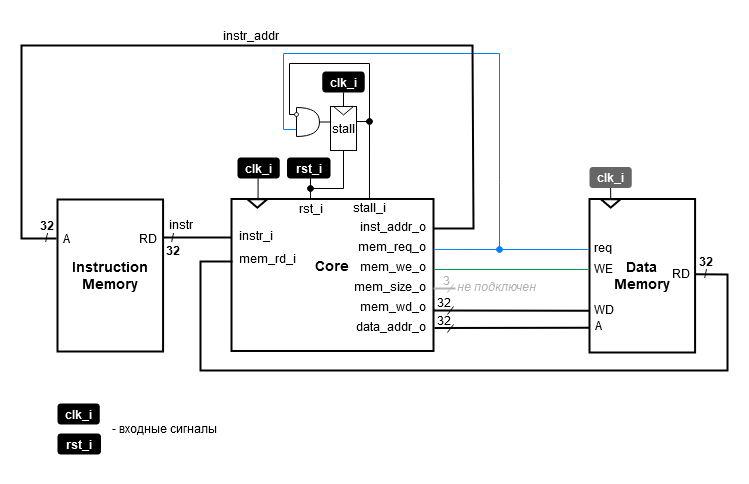
Above: Labs/Pic/lab_06_dp/fig_02.drawio.png in MPSU/exAPS (draw.io), before the change. Source tidied: cells renumbered, new cells last; positions are measured from the earlier drawing's top-left corner, leaving out a move shared by most shapes.
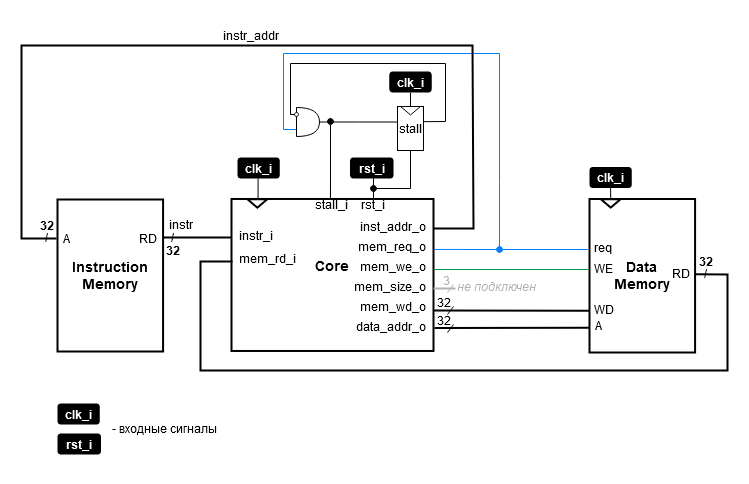
The same file after the commit.

Commit message:
Исправление генерации столла

What changed in the source:
```diff
@@ -6,7 +6,7 @@
       <mxGeometry x="210" y="178.5" width="202" height="152" as="geometry" />
     </mxCell>
     <mxCell id="3" value="&lt;font style=&quot;font-size: 12px;&quot;&gt;rst_i&lt;/font&gt;" style="text;html=1;strokeColor=none;fillColor=none;align=center;verticalAlign=middle;whiteSpace=wrap;rounded=0;fontSize=12;comic=0;" parent="1" vertex="1">
-      <mxGeometry x="281" y="173" width="18" height="30" as="geometry" />
+      <mxGeometry x="343" y="178" width="18" height="12" as="geometry" />
     </mxCell>
     <mxCell id="4" value="mem_rd_i" style="text;html=1;strokeColor=none;fillColor=none;align=left;verticalAlign=middle;whiteSpace=wrap;rounded=0;fontSize=12;comic=0;" parent="1" vertex="1">
       <mxGeometry x="216" y="223" width="61" height="30" as="geometry" />
@@ -27,8 +27,8 @@
     </mxCell>
     <mxCell id="8" style="endArrow=none;html=1;rounded=0;strokeWidth=1;exitX=1;exitY=0.25;exitDx=0;exitDy=0;fontSize=12;comic=0;" parent="1" edge="1">
       <mxGeometry relative="1" as="geometry">
-        <mxPoint x="289" y="178.5" as="sourcePoint" />
-        <mxPoint x="289" y="153.5" as="targetPoint" />
+        <mxPoint x="352" y="178.5" as="sourcePoint" />
+        <mxPoint x="352" y="153.5" as="targetPoint" />
       </mxGeometry>
     </mxCell>
     <mxCell id="9" style="edgeStyle=orthogonalEdgeStyle;rounded=0;jettySize=auto;html=1;exitX=1;exitY=0.25;exitDx=0;exitDy=0;strokeWidth=2;endArrow=none;endFill=0;fontSize=12;comic=0;" parent="1" edge="1" source="10">
@@ -58,7 +58,7 @@
       <mxGeometry x="131" y="199" width="40" height="50" as="geometry" />
     </mxCell>
     <mxCell id="17" value="&lt;p style=&quot;line-height: 130%; font-size: 12px;&quot;&gt;&lt;font style=&quot;font-size: 12px;&quot;&gt;&lt;b style=&quot;font-size: 12px;&quot;&gt;rst_i&lt;/b&gt;&lt;/font&gt;&lt;/p&gt;" style="text;html=1;strokeColor=none;fillColor=#000000;align=center;verticalAlign=middle;whiteSpace=wrap;rounded=1;fontSize=12;fontColor=#FFFFFF;comic=0;jiggle=0.5;" parent="1" vertex="1">
-      <mxGeometry x="265.5" y="137" width="43.5" height="21" as="geometry" />
+      <mxGeometry x="328.5" y="137" width="43.5" height="21" as="geometry" />
     </mxCell>
     <mxCell id="18" value="&lt;font style=&quot;font-size: 12px;&quot;&gt;instr_addr&lt;/font&gt;" style="text;html=1;strokeColor=none;fillColor=none;align=center;verticalAlign=middle;whiteSpace=wrap;rounded=0;fontSize=12;comic=0;" parent="1" vertex="1">
       <mxGeometry x="187" width="86" height="30" as="geometry" />
@@ -109,7 +109,7 @@
       <mxGeometry x="418" y="252" width="13" height="15" as="geometry" />
     </mxCell>
     <mxCell id="32" value="stall_i" style="text;html=1;strokeColor=none;fillColor=none;align=center;verticalAlign=middle;whiteSpace=wrap;rounded=0;fontSize=12;comic=0;" parent="1" vertex="1">
-      <mxGeometry x="331" y="171.9" width="34" height="30" as="geometry" />
+      <mxGeometry x="293" y="177.9" width="34" height="13.1" as="geometry" />
     </mxCell>
     <mxCell id="33" style="endArrow=none;html=1;rounded=0;exitX=1.002;exitY=0.332;exitDx=0;exitDy=0;exitPerimeter=0;strokeColor=#007FFF;entryX=0;entryY=0.759;entryDx=0;entryDy=0;entryPerimeter=0;" parent="1" edge="1" source="2" target="37">
       <mxGeometry relative="1" as="geometry">
@@ -134,12 +134,15 @@
       </mxGeometry>
     </mxCell>
     <mxCell id="35" value="stall" style="rounded=0;whiteSpace=wrap;html=1;" parent="1" vertex="1">
-      <mxGeometry x="309" y="86" width="26" height="44" as="geometry" />
+      <mxGeometry x="376" y="86" width="26" height="44" as="geometry" />
     </mxCell>
-    <mxCell id="36" style="edgeStyle=orthogonalEdgeStyle;rounded=0;orthogonalLoop=1;jettySize=auto;html=1;exitX=1;exitY=0.5;exitDx=0;exitDy=0;exitPerimeter=0;entryX=0;entryY=0.364;entryDx=0;entryDy=0;entryPerimeter=0;endArrow=none;endFill=0;" parent="1" edge="1">
+    <mxCell id="36" style="edgeStyle=orthogonalEdgeStyle;rounded=0;jettySize=auto;html=1;exitX=1;exitY=0.5;exitDx=0;exitDy=0;exitPerimeter=0;entryX=0.002;entryY=0.353;entryDx=0;entryDy=0;entryPerimeter=0;endArrow=none;endFill=0;" parent="1" edge="1" target="35">
       <mxGeometry relative="1" as="geometry">
         <mxPoint x="298" y="101.5" as="sourcePoint" />
-        <mxPoint x="309" y="102" as="targetPoint" />
+        <Array as="points">
+          <mxPoint x="337" y="101" />
+          <mxPoint x="337" y="101" />
+        </Array>
       </mxGeometry>
     </mxCell>
     <mxCell id="37" style="shape=or;whiteSpace=wrap;html=1;" parent="1" vertex="1">
@@ -150,36 +153,37 @@
     </mxCell>
     <mxCell id="39" style="endArrow=none;html=1;rounded=0;entryX=0.5;entryY=1;entryDx=0;entryDy=0;startArrow=oval;startFill=1;endSize=6;startSize=6;" parent="1" edge="1" target="35">
       <mxGeometry relative="1" as="geometry">
-        <mxPoint x="289" y="168" as="sourcePoint" />
+        <mxPoint x="352" y="168" as="sourcePoint" />
         <Array as="points">
-          <mxPoint x="322" y="168" />
+          <mxPoint x="389" y="168" />
         </Array>
       </mxGeometry>
     </mxCell>
-    <mxCell id="40" style="endArrow=none;html=1;rounded=0;" parent="1" edge="1" target="38">
+    <mxCell id="40" style="endArrow=none;html=1;rounded=0;exitX=0.996;exitY=0.345;exitDx=0;exitDy=0;exitPerimeter=0;" parent="1" edge="1" source="35">
       <mxGeometry relative="1" as="geometry">
-        <mxPoint x="335" y="101" as="sourcePoint" />
+        <mxPoint x="273" y="94" as="targetPoint" />
         <Array as="points">
-          <mxPoint x="348" y="101" />
-          <mxPoint x="348" y="43" />
-          <mxPoint x="268" y="43" />
-          <mxPoint x="268" y="94" />
+          <mxPoint x="424" y="101" />
+          <mxPoint x="424" y="43" />
+          <mxPoint x="269" y="43" />
+          <mxPoint x="269" y="94" />
         </Array>
       </mxGeometry>
     </mxCell>
-    <mxCell id="41" style="endArrow=oval;html=1;rounded=0;exitX=0.683;exitY=0.002;exitDx=0;exitDy=0;exitPerimeter=0;startArrow=none;startFill=0;endFill=1;jumpSize=6;startSize=6;endSize=6;" parent="1" edge="1" source="2">
+    <mxCell id="41" style="endArrow=oval;html=1;rounded=0;exitX=0.683;exitY=0.002;exitDx=0;exitDy=0;exitPerimeter=0;startArrow=none;startFill=0;endFill=1;jumpSize=6;startSize=6;endSize=6;" parent="1" edge="1">
       <mxGeometry relative="1" as="geometry">
-        <mxPoint x="348" y="101" as="targetPoint" />
+        <mxPoint x="309" y="178.8" as="sourcePoint" />
+        <mxPoint x="309" y="101" as="targetPoint" />
       </mxGeometry>
     </mxCell>
     <mxCell id="42" style="triangle;whiteSpace=wrap;html=1;rotation=90;comic=0;strokeColor=#000000;jiggle=0.5;strokeWidth=1;fontSize=12;" parent="1" vertex="1">
-      <mxGeometry x="317.8" y="80.3" width="8.4" height="19.9" as="geometry" />
+      <mxGeometry x="384.8" y="80.3" width="8.4" height="19.9" as="geometry" />
     </mxCell>
     <mxCell id="43" style="edgeStyle=orthogonalEdgeStyle;rounded=0;jettySize=auto;html=1;exitX=0.5;exitY=1;exitDx=0;exitDy=0;entryX=0;entryY=0.5;entryDx=0;entryDy=0;endArrow=none;endFill=0;" parent="1" edge="1" source="44" target="42">
       <mxGeometry relative="1" as="geometry" />
     </mxCell>
     <mxCell id="44" value="&lt;font style=&quot;font-size: 12px;&quot;&gt;&lt;b style=&quot;font-size: 12px;&quot;&gt;clk_i&lt;/b&gt;&lt;/font&gt;" style="text;html=1;strokeColor=none;fillColor=#000000;align=center;verticalAlign=middle;whiteSpace=wrap;rounded=1;fontSize=12;fontColor=#FFFFFF;comic=0;jiggle=0.5;strokeWidth=2;" parent="1" vertex="1">
-      <mxGeometry x="300.9" y="51" width="42.3" height="21" as="geometry" />
+      <mxGeometry x="367.9" y="51" width="42.3" height="21" as="geometry" />
     </mxCell>
     <mxCell id="45" value="&lt;b style=&quot;font-size: 14px;&quot;&gt;Data&lt;br style=&quot;font-size: 14px;&quot;&gt;Memory&lt;br style=&quot;font-size: 14px;&quot;&gt;&lt;/b&gt;" style="rounded=0;whiteSpace=wrap;html=1;fontSize=14;comic=0;strokeColor=#000000;fontColor=#000000;jiggle=0.5;strokeWidth=2;" parent="1" vertex="1">
       <mxGeometry x="568" y="178.5" width="105.6" height="153.5" as="geometry" />
@@ -207,7 +211,7 @@
         </Array>
       </mxGeometry>
     </mxCell>
-    <mxCell id="52" value="&lt;font style=&quot;font-size: 12px;&quot;&gt;&lt;b style=&quot;font-size: 12px;&quot;&gt;clk_i&lt;/b&gt;&lt;/font&gt;" style="text;html=1;strokeColor=none;fillColor=#666666;align=center;verticalAlign=middle;whiteSpace=wrap;rounded=1;fontSize=12;fontColor=#FFFFFF;comic=0;jiggle=0.5;strokeWidth=2;" parent="1" vertex="1">
+    <mxCell id="52" value="&lt;font style=&quot;font-size: 12px;&quot;&gt;&lt;b style=&quot;font-size: 12px;&quot;&gt;clk_i&lt;/b&gt;&lt;/font&gt;" style="text;html=1;strokeColor=none;fillColor=#000000;align=center;verticalAlign=middle;whiteSpace=wrap;rounded=1;fontSize=12;fontColor=#FFFFFF;comic=0;jiggle=0.5;strokeWidth=2;" parent="1" vertex="1">
       <mxGeometry x="568" y="146.5" width="42.3" height="21" as="geometry" />
     </mxCell>
     <mxCell id="53" style="endArrow=none;html=1;rounded=0;strokeWidth=2;exitX=0;exitY=0.406;exitDx=0;exitDy=0;exitPerimeter=0;entryX=1.005;entryY=0.491;entryDx=0;entryDy=0;entryPerimeter=0;" parent="1" edge="1" target="45">
```
